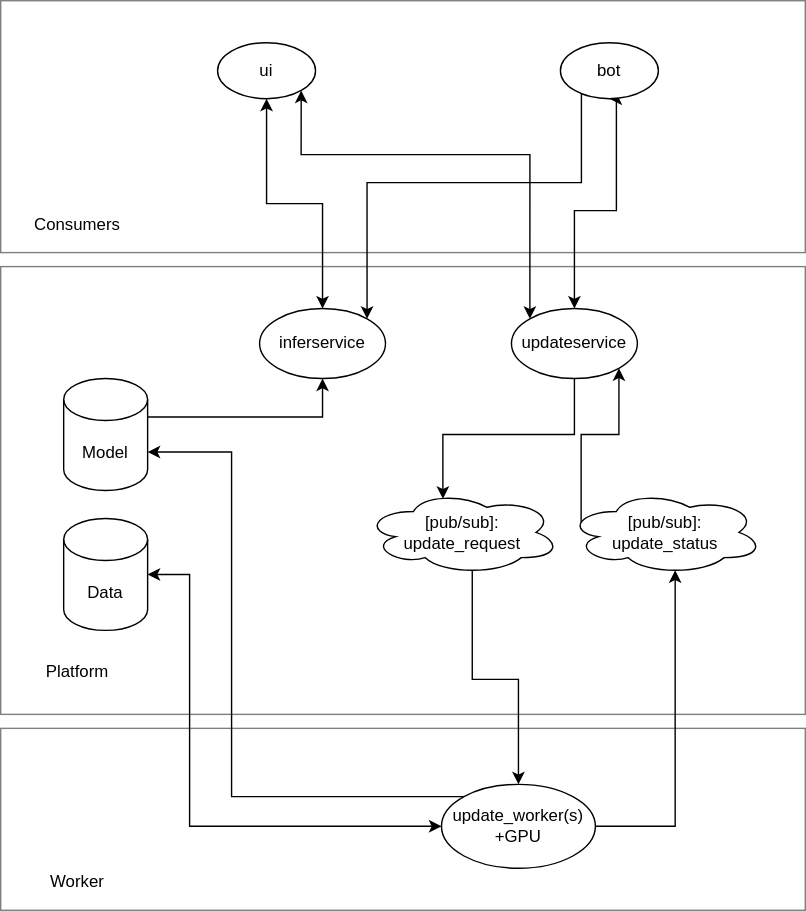
tianle91/astroturf keeps this draw.io diagram as Architecture.svg. Above is the earlier version. Source tidied: cells renumbered, new cells last; positions are measured from the earlier drawing's top-left corner, leaving out a move shared by most shapes.
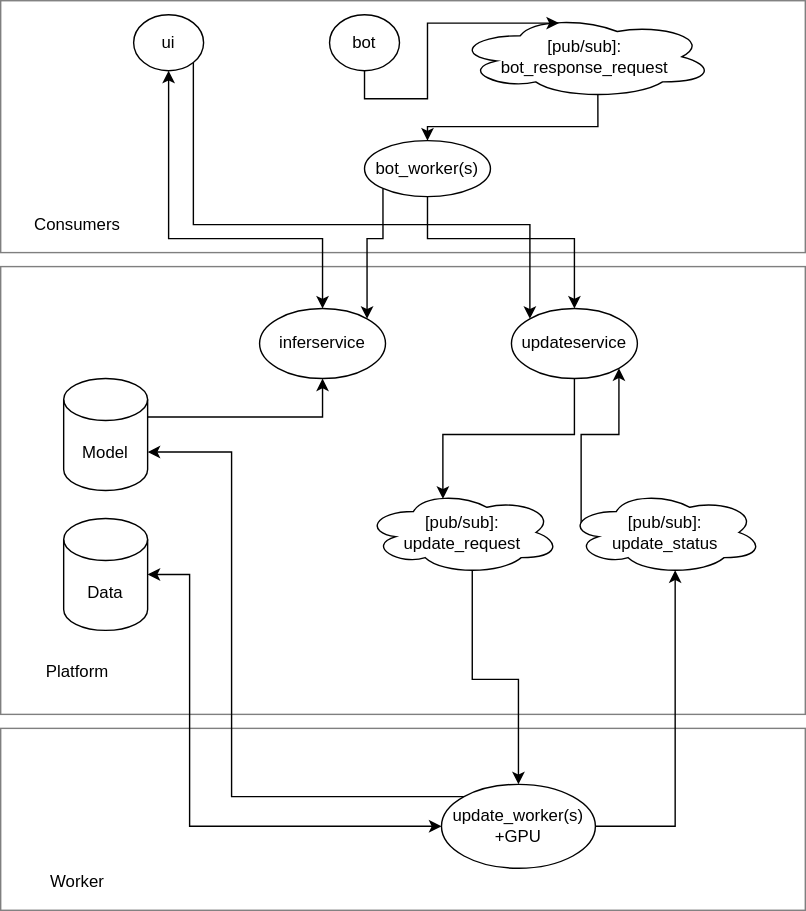
After the change.

Commit message:
split bot into worker (#10)

What changed in the source:
```diff
@@ -35,27 +35,24 @@
       <mxGeometry x="260" y="350" width="140" height="60" as="geometry" />
     </mxCell>
     <mxCell id="11" style="edgeStyle=orthogonalEdgeStyle;rounded=0;jettySize=auto;html=1;exitX=0.5;exitY=1;exitDx=0;exitDy=0;entryX=0.5;entryY=0;entryDx=0;entryDy=0;startArrow=classic;startFill=1;" parent="1" edge="1" source="13" target="15">
-      <mxGeometry relative="1" as="geometry" />
+      <mxGeometry relative="1" as="geometry">
+        <Array as="points">
+          <mxPoint x="120" y="170" />
+          <mxPoint x="230" y="170" />
+        </Array>
+      </mxGeometry>
     </mxCell>
-    <mxCell id="12" style="edgeStyle=orthogonalEdgeStyle;rounded=0;jettySize=auto;html=1;exitX=1;exitY=1;exitDx=0;exitDy=0;entryX=0;entryY=0;entryDx=0;entryDy=0;startArrow=classic;startFill=1;" parent="1" edge="1" source="13" target="20">
+    <mxCell id="12" style="edgeStyle=orthogonalEdgeStyle;rounded=0;jettySize=auto;html=1;exitX=1;exitY=1;exitDx=0;exitDy=0;entryX=0;entryY=0;entryDx=0;entryDy=0;" parent="1" edge="1" source="13" target="20">
       <mxGeometry relative="1" as="geometry">
         <Array as="points">
-          <mxPoint x="215" y="110" />
-          <mxPoint x="378" y="110" />
+          <mxPoint x="138" y="160" />
+          <mxPoint x="378" y="160" />
         </Array>
       </mxGeometry>
     </mxCell>
     <mxCell id="13" value="ui" style="ellipse;whiteSpace=wrap;html=1;" parent="1" vertex="1">
-      <mxGeometry x="155" y="30" width="70" height="40" as="geometry" />
+      <mxGeometry x="95" y="10" width="50" height="40" as="geometry" />
     </mxCell>
-    <mxCell id="14" style="edgeStyle=orthogonalEdgeStyle;rounded=0;jettySize=auto;html=1;exitX=1;exitY=0;exitDx=0;exitDy=0;entryX=0;entryY=1;entryDx=0;entryDy=0;startArrow=classic;startFill=1;" parent="1" edge="1" source="15" target="24">
-      <mxGeometry relative="1" as="geometry">
-        <Array as="points">
-          <mxPoint x="262" y="130" />
-          <mxPoint x="415" y="130" />
-        </Array>
-      </mxGeometry>
-    </mxCell>
     <mxCell id="15" value="inferservice" style="ellipse;whiteSpace=wrap;html=1;sketch=0;" parent="1" vertex="1">
       <mxGeometry x="185" y="220" width="90" height="50" as="geometry" />
     </mxCell>
@@ -85,16 +82,24 @@
     <mxCell id="22" value="[pub/sub]: &lt;br&gt;update_status" style="ellipse;shape=cloud;whiteSpace=wrap;html=1;" parent="1" vertex="1">
       <mxGeometry x="405" y="350" width="140" height="60" as="geometry" />
     </mxCell>
-    <mxCell id="23" style="edgeStyle=orthogonalEdgeStyle;rounded=0;jettySize=auto;html=1;exitX=0.5;exitY=1;exitDx=0;exitDy=0;entryX=0.5;entryY=0;entryDx=0;entryDy=0;startArrow=classic;startFill=1;" parent="1" edge="1" source="24" target="20">
+    <mxCell id="23" style="edgeStyle=orthogonalEdgeStyle;rounded=0;jettySize=auto;html=1;exitX=0.5;exitY=1;exitDx=0;exitDy=0;entryX=0.5;entryY=0;entryDx=0;entryDy=0;" parent="1" edge="1" source="24" target="20">
       <mxGeometry relative="1" as="geometry">
         <Array as="points">
-          <mxPoint x="440" y="150" />
-          <mxPoint x="410" y="150" />
+          <mxPoint x="305" y="170" />
+          <mxPoint x="410" y="170" />
         </Array>
       </mxGeometry>
     </mxCell>
+    <mxCell id="28" style="edgeStyle=orthogonalEdgeStyle;rounded=0;jettySize=auto;html=1;exitX=0;exitY=1;exitDx=0;exitDy=0;entryX=1;entryY=0;entryDx=0;entryDy=0;" parent="1" edge="1" source="24" target="15">
+      <mxGeometry relative="1" as="geometry">
+        <Array as="points">
+          <mxPoint x="273" y="170" />
+          <mxPoint x="262" y="170" />
+        </Array>
+      </mxGeometry>
+    </mxCell>
-    <mxCell id="24" value="bot" style="ellipse;whiteSpace=wrap;html=1;" parent="1" vertex="1">
-      <mxGeometry x="400" y="30" width="70" height="40" as="geometry" />
+    <mxCell id="24" value="bot_worker(s)" style="ellipse;whiteSpace=wrap;html=1;" parent="1" vertex="1">
+      <mxGeometry x="260" y="100" width="90" height="40" as="geometry" />
     </mxCell>
     <mxCell id="25" value="Consumers" style="text;html=1;strokeColor=none;fillColor=none;align=center;verticalAlign=middle;whiteSpace=wrap;rounded=0;sketch=0;opacity=50;" parent="1" vertex="1">
       <mxGeometry x="15" y="150" width="80" height="20" as="geometry" />
@@ -105,5 +110,17 @@
     <mxCell id="27" value="Worker" style="text;html=1;strokeColor=none;fillColor=none;align=center;verticalAlign=middle;whiteSpace=wrap;rounded=0;sketch=0;opacity=50;" parent="1" vertex="1">
       <mxGeometry x="15" y="620" width="80" height="20" as="geometry" />
     </mxCell>
+    <mxCell id="29" style="edgeStyle=orthogonalEdgeStyle;rounded=0;jettySize=auto;html=1;exitX=0.55;exitY=0.95;exitDx=0;exitDy=0;exitPerimeter=0;entryX=0.5;entryY=0;entryDx=0;entryDy=0;" parent="1" edge="1" source="30" target="24">
+      <mxGeometry relative="1" as="geometry" />
+    </mxCell>
+    <mxCell id="30" value="[pub/sub]: &lt;br&gt;bot_response_request" style="ellipse;shape=cloud;whiteSpace=wrap;html=1;" parent="1" vertex="1">
+      <mxGeometry x="325" y="10" width="185" height="60" as="geometry" />
+    </mxCell>
+    <mxCell id="31" style="edgeStyle=orthogonalEdgeStyle;rounded=0;jettySize=auto;html=1;exitX=0.5;exitY=1;exitDx=0;exitDy=0;entryX=0.4;entryY=0.1;entryDx=0;entryDy=0;entryPerimeter=0;" parent="1" edge="1" source="32" target="30">
+      <mxGeometry relative="1" as="geometry" />
+    </mxCell>
+    <mxCell id="32" value="bot" style="ellipse;whiteSpace=wrap;html=1;" parent="1" vertex="1">
+      <mxGeometry x="235" y="10" width="50" height="40" as="geometry" />
+    </mxCell>
   </root>
 </mxGraphModel>
```
